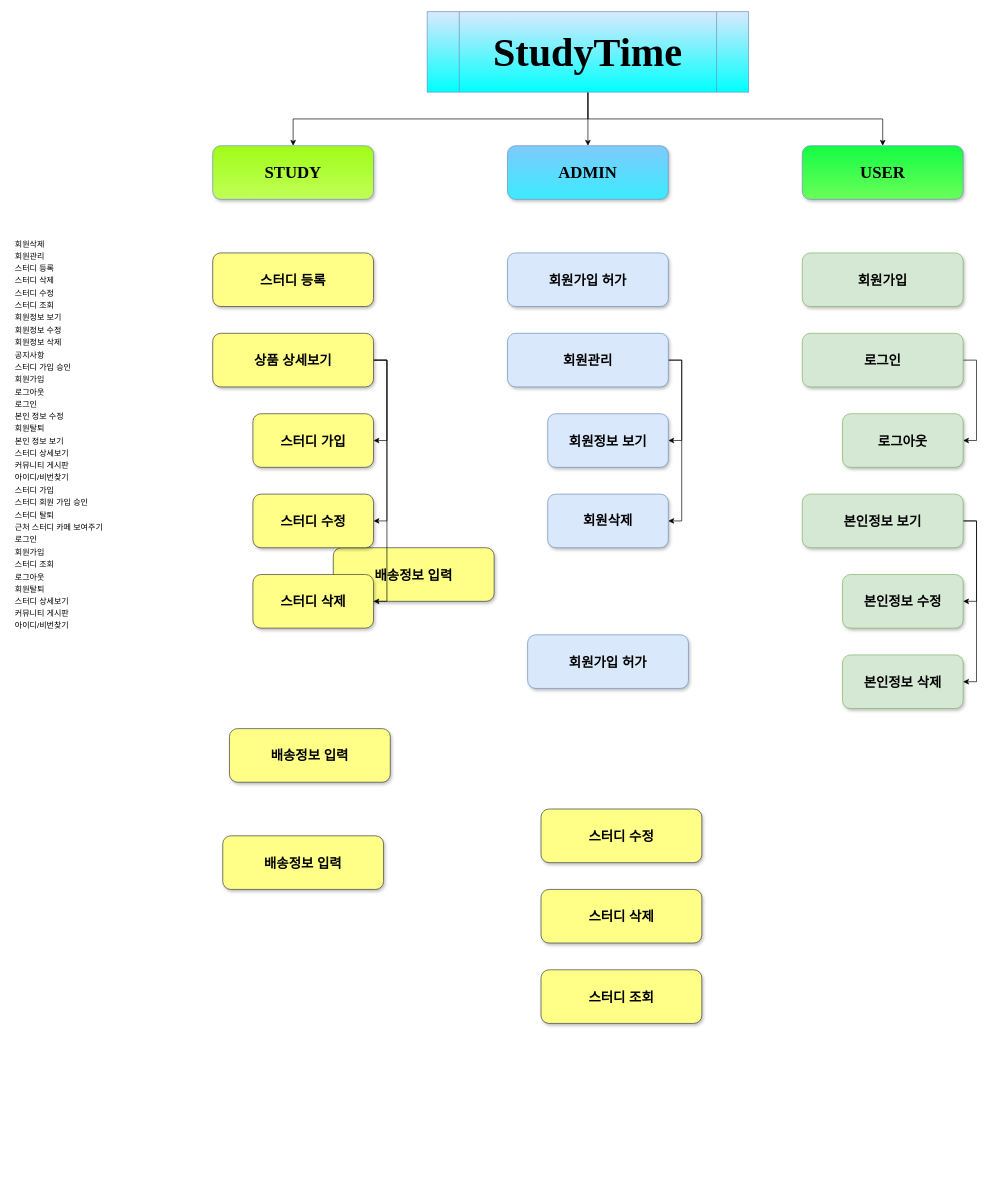
hw-ch/StudyTime keeps this draw.io diagram as StudyTime IA.drawio. Above is the earlier version. Source tidied: cells renumbered, new cells numbered last; positions are measured from the earlier drawing's top-left corner, leaving out a move shared by most shapes. Both pictures are drawn from the tidied source at 67%, with x=0, y=0 at pixel (11, 11).
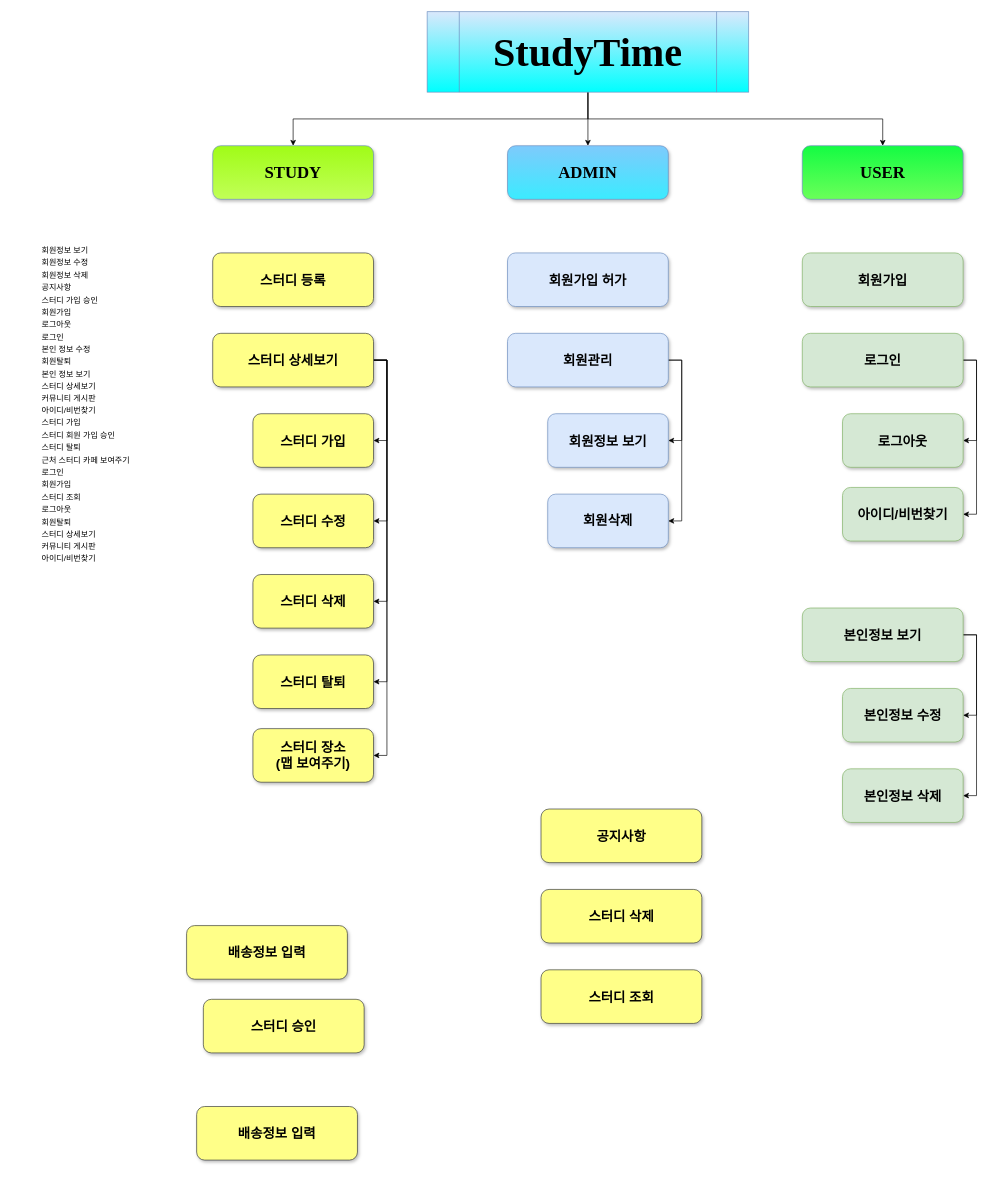
Above is the later version.

The change refers to these unchanged cells:
```xml
<mxCell id="23" value="로그인" style="whiteSpace=wrap;html=1;rounded=1;shadow=1;strokeWidth=1;fontSize=20;align=center;fillColor=#d5e8d4;strokeColor=#82b366;fontStyle=1;" parent="1" vertex="1">
  <mxGeometry x="1180" y="480" width="240" height="80" as="geometry" />
</mxCell>
```

The edit, as a diff of the source:
```diff
@@
     <mxCell id="5" value="본인정보 수정" style="whiteSpace=wrap;html=1;rounded=1;shadow=1;strokeWidth=1;fontSize=20;align=center;fillColor=#d5e8d4;strokeColor=#82b366;fontStyle=1;" parent="1" vertex="1">
-      <mxGeometry x="1240" y="840" width="180" height="80" as="geometry" />
+      <mxGeometry x="1240" y="1010" width="180" height="80" as="geometry" />
     </mxCell>
@@
     <mxCell id="17" value="본인정보 삭제" style="whiteSpace=wrap;html=1;rounded=1;shadow=1;strokeWidth=1;fontSize=20;align=center;fillColor=#d5e8d4;strokeColor=#82b366;fontStyle=1;" parent="1" vertex="1">
-      <mxGeometry x="1240" y="960" width="180" height="80" as="geometry" />
+      <mxGeometry x="1240" y="1130" width="180" height="80" as="geometry" />
     </mxCell>
     <mxCell id="18" style="edgeStyle=orthogonalEdgeStyle;rounded=0;jettySize=auto;html=1;entryX=1;entryY=0.5;entryDx=0;entryDy=0;fontFamily=Times New Roman;fontSize=20;fontStyle=1;" parent="1" edge="1" source="20" target="5">
       <mxGeometry relative="1" as="geometry">
         <Array as="points">
-          <mxPoint x="1440" y="760" />
-          <mxPoint x="1440" y="880" />
+          <mxPoint x="1440" y="930" />
+          <mxPoint x="1440" y="1050" />
         </Array>
       </mxGeometry>
     </mxCell>
     <mxCell id="19" style="edgeStyle=orthogonalEdgeStyle;rounded=0;jettySize=auto;html=1;entryX=1;entryY=0.5;entryDx=0;entryDy=0;fontFamily=Times New Roman;fontSize=20;fontStyle=1;" parent="1" edge="1" source="20" target="17">
       <mxGeometry relative="1" as="geometry">
         <Array as="points">
-          <mxPoint x="1440" y="760" />
-          <mxPoint x="1440" y="1000" />
+          <mxPoint x="1440" y="930" />
+          <mxPoint x="1440" y="1170" />
         </Array>
       </mxGeometry>
     </mxCell>
     <mxCell id="20" value="&lt;font style=&quot;font-size: 20px;&quot;&gt;본인정보 보기&lt;/font&gt;" style="whiteSpace=wrap;html=1;rounded=1;shadow=1;strokeWidth=1;fontSize=20;align=center;fillColor=#d5e8d4;strokeColor=#82b366;fontStyle=1;" parent="1" vertex="1">
-      <mxGeometry x="1180" y="720" width="240" height="80" as="geometry" />
+      <mxGeometry x="1180" y="890" width="240" height="80" as="geometry" />
     </mxCell>
-    <mxCell id="21" value="스터디&amp;nbsp;수정" style="whiteSpace=wrap;html=1;rounded=1;shadow=1;strokeWidth=1;fontSize=20;align=center;fillColor=#ffff88;strokeColor=#36393d;fillStyle=auto;fontStyle=1;" parent="1" vertex="1">
+    <mxCell id="21" value="공지사항" style="whiteSpace=wrap;html=1;rounded=1;shadow=1;strokeWidth=1;fontSize=20;align=center;fillColor=#ffff88;strokeColor=#36393d;fillStyle=auto;fontStyle=1;" parent="1" vertex="1">
       <mxGeometry x="790" y="1190" width="240" height="80" as="geometry" />
     </mxCell>
@@
+    <mxCell id="40" style="edgeStyle=orthogonalEdgeStyle;rounded=0;jettySize=auto;html=1;entryX=1;entryY=0.5;entryDx=0;entryDy=0;" parent="1" edge="1" source="23" target="43">
+      <mxGeometry relative="1" as="geometry">
+        <Array as="points">
+          <mxPoint x="1440" y="520" />
+          <mxPoint x="1440" y="750" />
+        </Array>
+      </mxGeometry>
+    </mxCell>
@@
-    <mxCell id="27" value="&lt;table class=&quot;simple-table&quot; id=&quot;70330129-6e44-4c51-83f8-1322f771b319&quot;&gt;&lt;tbody&gt;&lt;tr id=&quot;bba74d34-9c73-4337-806a-58e90687313b&quot;&gt;&lt;td style=&quot;width:165px&quot; class=&quot;&quot; id=&quot;PJ:h&quot;&gt;회원삭제&lt;/td&gt;&lt;/tr&gt;&lt;tr id=&quot;1b92093e-bc0a-4702-a881-a1eb60d62386&quot;&gt;&lt;td style=&quot;width:165px&quot; class=&quot;&quot; id=&quot;PJ:h&quot;&gt;회원관리&lt;/td&gt;&lt;/tr&gt;&lt;tr id=&quot;cf8c1f79-147a-4f0b-888c-03979f273e27&quot;&gt;&lt;td style=&quot;width:165px&quot; class=&quot;&quot; id=&quot;PJ:h&quot;&gt;스터디 등록&lt;/td&gt;&lt;/tr&gt;&lt;tr id=&quot;8e84577c-4f19-493c-bc1b-656fb29dce4b&quot;&gt;&lt;td style=&quot;width:165px&quot; class=&quot;&quot; id=&quot;PJ:h&quot;&gt;스터디 삭제&lt;/td&gt;&lt;/tr&gt;&lt;tr id=&quot;73bfd843-ea65-4578-85bd-937c9364c2a4&quot;&gt;&lt;td style=&quot;width:165px&quot; class=&quot;&quot; id=&quot;PJ:h&quot;&gt;스터디 수정&lt;/td&gt;&lt;/tr&gt;&lt;tr id=&quot;2f664c6e-b563-402f-8f13-a029d0cbb7a8&quot;&gt;&lt;td style=&quot;width:165px&quot; class=&quot;&quot; id=&quot;PJ:h&quot;&gt;스터디 조회&lt;/td&gt;&lt;/tr&gt;&lt;tr id=&quot;a5bb2cee-4cb2-49df-b867-d697b354c4fb&quot;&gt;&lt;td style=&quot;width:165px&quot; class=&quot;&quot; id=&quot;PJ:h&quot;&gt;회원정보 보기&lt;/td&gt;&lt;/tr&gt;&lt;tr id=&quot;59c49ae3-bdfa-40fe-a75c-5504ddc6a63c&quot;&gt;&lt;td style=&quot;width:165px&quot; class=&quot;&quot; id=&quot;PJ:h&quot;&gt;회원정보 수정&lt;/td&gt;&lt;/tr&gt;&lt;tr id=&quot;bcf82544-504e-4ee4-89d6-aafef6fdda2e&quot;&gt;&lt;td style=&quot;width:165px&quot; class=&quot;&quot; id=&quot;PJ:h&quot;&gt;회원정보 삭제&lt;/td&gt;&lt;/tr&gt;&lt;tr id=&quot;691de07e-b12f-4d85-98bd-3bdf0278b462&quot;&gt;&lt;td style=&quot;width:165px&quot; class=&quot;&quot; id=&quot;PJ:h&quot;&gt;공지사항&lt;/td&gt;&lt;/tr&gt;&lt;tr id=&quot;ca7454e9-a16c-4594-8650-9387da2a39c8&quot;&gt;&lt;td style=&quot;width:165px&quot; class=&quot;&quot; id=&quot;PJ:h&quot;&gt;스터디 가입 승인&lt;/td&gt;&lt;/tr&gt;&lt;tr id=&quot;f1ecc024-cafd-4f22-b8be-45403ebfc773&quot;&gt;&lt;td style=&quot;width:165px&quot; class=&quot;&quot; id=&quot;PJ:h&quot;&gt;회원가입&lt;/td&gt;&lt;/tr&gt;&lt;tr id=&quot;0ea046f9-867f-4be1-bb53-a4d45a6eef1e&quot;&gt;&lt;td style=&quot;width:165px&quot; class=&quot;&quot; id=&quot;PJ:h&quot;&gt;로그아웃&lt;/td&gt;&lt;/tr&gt;&lt;tr id=&quot;44827ed3-ab1f-40b4-8e85-0e7a85ad1f62&quot;&gt;&lt;td style=&quot;width:165px&quot; class=&quot;&quot; id=&quot;PJ:h&quot;&gt;로그인&lt;/td&gt;&lt;/tr&gt;&lt;tr id=&quot;145b54cc-aad9-487a-b57a-87464ff03ad1&quot;&gt;&lt;td style=&quot;width:165px&quot; class=&quot;&quot; id=&quot;PJ:h&quot;&gt;본인 정보 수정&lt;/td&gt;&lt;/tr&gt;&lt;tr id=&quot;a6e42212-231a-44b7-83b8-ee178a2b4ea2&quot;&gt;&lt;td style=&quot;width:165px&quot; class=&quot;&quot; id=&quot;PJ:h&quot;&gt;회원탈퇴&lt;/td&gt;&lt;/tr&gt;&lt;tr id=&quot;ed9ccbaa-5f4b-4651-b3fb-37fb6c7ad095&quot;&gt;&lt;td style=&quot;width:165px&quot; class=&quot;&quot; id=&quot;PJ:h&quot;&gt;본인 정보 보기&lt;/td&gt;&lt;/tr&gt;&lt;tr id=&quot;f2a7a2fb-ac84-4034-bfa2-c6783efaed78&quot;&gt;&lt;td style=&quot;width:165px&quot; class=&quot;&quot; id=&quot;PJ:h&quot;&gt;스터디 상세보기&lt;/td&gt;&lt;/tr&gt;&lt;tr id=&quot;160d3f0d-1435-4dbb-afd6-ba8eef9b0fca&quot;&gt;&lt;td style=&quot;width:165px&quot; class=&quot;&quot; id=&quot;PJ:h&quot;&gt;커뮤니티 게시판&lt;/td&gt;&lt;/tr&gt;&lt;tr id=&quot;1df0de09-223a-4905-943f-4e6b8b1754d8&quot;&gt;&lt;td style=&quot;width:165px&quot; class=&quot;&quot; id=&quot;PJ:h&quot;&gt;아이디/비번찾기&lt;/td&gt;&lt;/tr&gt;&lt;tr id=&quot;7b0124e7-5e82-4a19-9d27-2a35440d7188&quot;&gt;&lt;td style=&quot;width:165px&quot; class=&quot;&quot; id=&quot;PJ:h&quot;&gt;스터디 가입&lt;/td&gt;&lt;/tr&gt;&lt;tr id=&quot;c61bdf71-ca8e-4b9d-b0b6-fcc64ddfad7b&quot;&gt;&lt;td style=&quot;width:165px&quot; class=&quot;&quot; id=&quot;PJ:h&quot;&gt;스터디 회원 가입 승인&lt;/td&gt;&lt;/tr&gt;&lt;tr id=&quot;90de042b-bf78-40ce-853c-133b2907c40b&quot;&gt;&lt;td style=&quot;width:165px&quot; class=&quot;&quot; id=&quot;PJ:h&quot;&gt;스터디 탈퇴&lt;/td&gt;&lt;/tr&gt;&lt;tr id=&quot;3a95880b-6af0-4b6a-af59-acbbe1955846&quot;&gt;&lt;td style=&quot;width:165px&quot; class=&quot;&quot; id=&quot;PJ:h&quot;&gt;근처 스터디 카페 보여주기&lt;/td&gt;&lt;/tr&gt;&lt;tr id=&quot;f43a8751-c342-4821-9aff-965794a09f9a&quot;&gt;&lt;td style=&quot;width:165px&quot; class=&quot;&quot; id=&quot;PJ:h&quot;&gt;로그인&lt;/td&gt;&lt;/tr&gt;&lt;tr id=&quot;890a7675-f5a4-415e-a7a9-0538c83b60f4&quot;&gt;&lt;td style=&quot;width:165px&quot; class=&quot;&quot; id=&quot;PJ:h&quot;&gt;회원가입&lt;/td&gt;&lt;/tr&gt;&lt;tr id=&quot;3fd66ad3-7d83-4aee-a6c6-6c9642d54594&quot;&gt;&lt;td style=&quot;width:165px&quot; class=&quot;&quot; id=&quot;PJ:h&quot;&gt;스터디 조회&lt;/td&gt;&lt;/tr&gt;&lt;tr id=&quot;ca36e7ac-ea46-49e5-a4a2-00abdf2b59c3&quot;&gt;&lt;td style=&quot;width:165px&quot; class=&quot;&quot; id=&quot;PJ:h&quot;&gt;로그아웃&lt;/td&gt;&lt;/tr&gt;&lt;tr id=&quot;764fffa8-29cc-42f4-96ee-f487a32cb160&quot;&gt;&lt;td style=&quot;width:165px&quot; class=&quot;&quot; id=&quot;PJ:h&quot;&gt;회원탈퇴&lt;/td&gt;&lt;/tr&gt;&lt;tr id=&quot;1b8ade1f-aa8f-468f-b2d7-714983d51d45&quot;&gt;&lt;td style=&quot;width:165px&quot; class=&quot;&quot; id=&quot;PJ:h&quot;&gt;스터디 상세보기&lt;/td&gt;&lt;/tr&gt;&lt;tr id=&quot;a3e50cb4-09dc-4adb-aba1-50abaf3cdeae&quot;&gt;&lt;td style=&quot;width:165px&quot; class=&quot;&quot; id=&quot;PJ:h&quot;&gt;커뮤니티 게시판&lt;/td&gt;&lt;/tr&gt;&lt;tr id=&quot;be05f7f7-5030-4c15-884f-aaaad1dc91b2&quot;&gt;&lt;td style=&quot;width:165px&quot; class=&quot;&quot; id=&quot;PJ:h&quot;&gt;아이디/비번찾기&lt;/td&gt;&lt;/tr&gt;&lt;/tbody&gt;&lt;/table&gt;" style="text;whiteSpace=wrap;html=1;" parent="1" vertex="1">
-      <mxGeometry y="330" width="200" height="770" as="geometry" />
+    <mxCell id="27" value="&lt;table class=&quot;simple-table&quot; id=&quot;70330129-6e44-4c51-83f8-1322f771b319&quot;&gt;&lt;tbody&gt;&lt;tr id=&quot;a5bb2cee-4cb2-49df-b867-d697b354c4fb&quot;&gt;&lt;td style=&quot;width:165px&quot; class=&quot;&quot; id=&quot;PJ:h&quot;&gt;회원정보 보기&lt;/td&gt;&lt;/tr&gt;&lt;tr id=&quot;59c49ae3-bdfa-40fe-a75c-5504ddc6a63c&quot;&gt;&lt;td style=&quot;width:165px&quot; class=&quot;&quot; id=&quot;PJ:h&quot;&gt;회원정보 수정&lt;/td&gt;&lt;/tr&gt;&lt;tr id=&quot;bcf82544-504e-4ee4-89d6-aafef6fdda2e&quot;&gt;&lt;td style=&quot;width:165px&quot; class=&quot;&quot; id=&quot;PJ:h&quot;&gt;회원정보 삭제&lt;/td&gt;&lt;/tr&gt;&lt;tr id=&quot;691de07e-b12f-4d85-98bd-3bdf0278b462&quot;&gt;&lt;td style=&quot;width:165px&quot; class=&quot;&quot; id=&quot;PJ:h&quot;&gt;공지사항&lt;/td&gt;&lt;/tr&gt;&lt;tr id=&quot;ca7454e9-a16c-4594-8650-9387da2a39c8&quot;&gt;&lt;td style=&quot;width:165px&quot; class=&quot;&quot; id=&quot;PJ:h&quot;&gt;스터디 가입 승인&lt;/td&gt;&lt;/tr&gt;&lt;tr id=&quot;f1ecc024-cafd-4f22-b8be-45403ebfc773&quot;&gt;&lt;td style=&quot;width:165px&quot; class=&quot;&quot; id=&quot;PJ:h&quot;&gt;회원가입&lt;/td&gt;&lt;/tr&gt;&lt;tr id=&quot;0ea046f9-867f-4be1-bb53-a4d45a6eef1e&quot;&gt;&lt;td style=&quot;width:165px&quot; class=&quot;&quot; id=&quot;PJ:h&quot;&gt;로그아웃&lt;/td&gt;&lt;/tr&gt;&lt;tr id=&quot;44827ed3-ab1f-40b4-8e85-0e7a85ad1f62&quot;&gt;&lt;td style=&quot;width:165px&quot; class=&quot;&quot; id=&quot;PJ:h&quot;&gt;로그인&lt;/td&gt;&lt;/tr&gt;&lt;tr id=&quot;145b54cc-aad9-487a-b57a-87464ff03ad1&quot;&gt;&lt;td style=&quot;width:165px&quot; class=&quot;&quot; id=&quot;PJ:h&quot;&gt;본인 정보 수정&lt;/td&gt;&lt;/tr&gt;&lt;tr id=&quot;a6e42212-231a-44b7-83b8-ee178a2b4ea2&quot;&gt;&lt;td style=&quot;width:165px&quot; class=&quot;&quot; id=&quot;PJ:h&quot;&gt;회원탈퇴&lt;/td&gt;&lt;/tr&gt;&lt;tr id=&quot;ed9ccbaa-5f4b-4651-b3fb-37fb6c7ad095&quot;&gt;&lt;td style=&quot;width:165px&quot; class=&quot;&quot; id=&quot;PJ:h&quot;&gt;본인 정보 보기&lt;/td&gt;&lt;/tr&gt;&lt;tr id=&quot;f2a7a2fb-ac84-4034-bfa2-c6783efaed78&quot;&gt;&lt;td style=&quot;width:165px&quot; class=&quot;&quot; id=&quot;PJ:h&quot;&gt;스터디 상세보기&lt;/td&gt;&lt;/tr&gt;&lt;tr id=&quot;160d3f0d-1435-4dbb-afd6-ba8eef9b0fca&quot;&gt;&lt;td style=&quot;width:165px&quot; class=&quot;&quot; id=&quot;PJ:h&quot;&gt;커뮤니티 게시판&lt;/td&gt;&lt;/tr&gt;&lt;tr id=&quot;1df0de09-223a-4905-943f-4e6b8b1754d8&quot;&gt;&lt;td style=&quot;width:165px&quot; class=&quot;&quot; id=&quot;PJ:h&quot;&gt;아이디/비번찾기&lt;/td&gt;&lt;/tr&gt;&lt;tr id=&quot;7b0124e7-5e82-4a19-9d27-2a35440d7188&quot;&gt;&lt;td style=&quot;width:165px&quot; class=&quot;&quot; id=&quot;PJ:h&quot;&gt;스터디 가입&lt;/td&gt;&lt;/tr&gt;&lt;tr id=&quot;c61bdf71-ca8e-4b9d-b0b6-fcc64ddfad7b&quot;&gt;&lt;td style=&quot;width:165px&quot; class=&quot;&quot; id=&quot;PJ:h&quot;&gt;스터디 회원 가입 승인&lt;/td&gt;&lt;/tr&gt;&lt;tr id=&quot;90de042b-bf78-40ce-853c-133b2907c40b&quot;&gt;&lt;td style=&quot;width:165px&quot; class=&quot;&quot; id=&quot;PJ:h&quot;&gt;스터디 탈퇴&lt;/td&gt;&lt;/tr&gt;&lt;tr id=&quot;3a95880b-6af0-4b6a-af59-acbbe1955846&quot;&gt;&lt;td style=&quot;width:165px&quot; class=&quot;&quot; id=&quot;PJ:h&quot;&gt;근처 스터디 카페 보여주기&lt;/td&gt;&lt;/tr&gt;&lt;tr id=&quot;f43a8751-c342-4821-9aff-965794a09f9a&quot;&gt;&lt;td style=&quot;width:165px&quot; class=&quot;&quot; id=&quot;PJ:h&quot;&gt;로그인&lt;/td&gt;&lt;/tr&gt;&lt;tr id=&quot;890a7675-f5a4-415e-a7a9-0538c83b60f4&quot;&gt;&lt;td style=&quot;width:165px&quot; class=&quot;&quot; id=&quot;PJ:h&quot;&gt;회원가입&lt;/td&gt;&lt;/tr&gt;&lt;tr id=&quot;3fd66ad3-7d83-4aee-a6c6-6c9642d54594&quot;&gt;&lt;td style=&quot;width:165px&quot; class=&quot;&quot; id=&quot;PJ:h&quot;&gt;스터디 조회&lt;/td&gt;&lt;/tr&gt;&lt;tr id=&quot;ca36e7ac-ea46-49e5-a4a2-00abdf2b59c3&quot;&gt;&lt;td style=&quot;width:165px&quot; class=&quot;&quot; id=&quot;PJ:h&quot;&gt;로그아웃&lt;/td&gt;&lt;/tr&gt;&lt;tr id=&quot;764fffa8-29cc-42f4-96ee-f487a32cb160&quot;&gt;&lt;td style=&quot;width:165px&quot; class=&quot;&quot; id=&quot;PJ:h&quot;&gt;회원탈퇴&lt;/td&gt;&lt;/tr&gt;&lt;tr id=&quot;1b8ade1f-aa8f-468f-b2d7-714983d51d45&quot;&gt;&lt;td style=&quot;width:165px&quot; class=&quot;&quot; id=&quot;PJ:h&quot;&gt;스터디 상세보기&lt;/td&gt;&lt;/tr&gt;&lt;tr id=&quot;a3e50cb4-09dc-4adb-aba1-50abaf3cdeae&quot;&gt;&lt;td style=&quot;width:165px&quot; class=&quot;&quot; id=&quot;PJ:h&quot;&gt;커뮤니티 게시판&lt;/td&gt;&lt;/tr&gt;&lt;tr id=&quot;be05f7f7-5030-4c15-884f-aaaad1dc91b2&quot;&gt;&lt;td style=&quot;width:165px&quot; class=&quot;&quot; id=&quot;PJ:h&quot;&gt;아이디/비번찾기&lt;/td&gt;&lt;/tr&gt;&lt;/tbody&gt;&lt;/table&gt;" style="text;whiteSpace=wrap;html=1;" parent="1" vertex="1">
+      <mxGeometry x="40" y="340" width="220" height="780" as="geometry" />
     </mxCell>
-    <mxCell id="28" value="회원가입 허가" style="whiteSpace=wrap;html=1;rounded=1;shadow=1;strokeWidth=1;fontSize=20;align=center;fillColor=#dae8fc;strokeColor=#6c8ebf;fontStyle=1;" parent="1" vertex="1">
-      <mxGeometry x="770" y="930" width="240" height="80" as="geometry" />
-    </mxCell>
@@
     <mxCell id="30" value="배송정보 입력" style="whiteSpace=wrap;html=1;rounded=1;shadow=1;strokeWidth=1;fontSize=20;align=center;fillColor=#ffff88;strokeColor=#36393d;fillStyle=auto;fontStyle=1;" parent="1" vertex="1">
-      <mxGeometry x="480" y="800" width="240" height="80" as="geometry" />
+      <mxGeometry x="261" y="1364" width="240" height="80" as="geometry" />
     </mxCell>
-    <mxCell id="31" value="배송정보 입력" style="whiteSpace=wrap;html=1;rounded=1;shadow=1;strokeWidth=1;fontSize=20;align=center;fillColor=#ffff88;strokeColor=#36393d;fillStyle=auto;fontStyle=1;" parent="1" vertex="1">
-      <mxGeometry x="325" y="1070" width="240" height="80" as="geometry" />
+    <mxCell id="31" value="스터디 승인" style="whiteSpace=wrap;html=1;rounded=1;shadow=1;strokeWidth=1;fontSize=20;align=center;fillColor=#ffff88;strokeColor=#36393d;fillStyle=auto;fontStyle=1;" parent="1" vertex="1">
+      <mxGeometry x="286" y="1474" width="240" height="80" as="geometry" />
     </mxCell>
     <mxCell id="32" value="배송정보 입력" style="whiteSpace=wrap;html=1;rounded=1;shadow=1;strokeWidth=1;fontSize=20;align=center;fillColor=#ffff88;strokeColor=#36393d;fillStyle=auto;fontStyle=1;" parent="1" vertex="1">
-      <mxGeometry x="315" y="1230" width="240" height="80" as="geometry" />
+      <mxGeometry x="276" y="1634" width="240" height="80" as="geometry" />
     </mxCell>
@@
+    <mxCell id="41" style="edgeStyle=orthogonalEdgeStyle;rounded=0;jettySize=auto;html=1;entryX=1;entryY=0.5;entryDx=0;entryDy=0;" parent="1" edge="1" source="39" target="44">
+      <mxGeometry relative="1" as="geometry">
+        <Array as="points">
+          <mxPoint x="560" y="520" />
+          <mxPoint x="560" y="1000" />
+        </Array>
+      </mxGeometry>
+    </mxCell>
+    <mxCell id="42" style="edgeStyle=orthogonalEdgeStyle;rounded=0;jettySize=auto;html=1;entryX=1;entryY=0.5;entryDx=0;entryDy=0;" parent="1" edge="1" source="39" target="45">
+      <mxGeometry relative="1" as="geometry">
+        <Array as="points">
+          <mxPoint x="560" y="520" />
+          <mxPoint x="560" y="1110" />
+        </Array>
+      </mxGeometry>
+    </mxCell>
-    <mxCell id="39" value="&lt;font style=&quot;font-size: 20px;&quot;&gt;상품 상세보기&lt;/font&gt;" style="whiteSpace=wrap;html=1;rounded=1;shadow=1;strokeWidth=1;fontSize=20;align=center;fillColor=#ffff88;strokeColor=#36393d;fillStyle=auto;fontStyle=1;" parent="1" vertex="1">
+    <mxCell id="39" value="&lt;font style=&quot;font-size: 20px;&quot;&gt;스터디 상세보기&lt;/font&gt;" style="whiteSpace=wrap;html=1;rounded=1;shadow=1;strokeWidth=1;fontSize=20;align=center;fillColor=#ffff88;strokeColor=#36393d;fillStyle=auto;fontStyle=1;" parent="1" vertex="1">
       <mxGeometry x="300" y="480" width="240" height="80" as="geometry" />
     </mxCell>
+    <mxCell id="43" value="아이디/비번찾기" style="whiteSpace=wrap;html=1;rounded=1;shadow=1;strokeWidth=1;fontSize=20;align=center;fillColor=#d5e8d4;strokeColor=#82b366;fontStyle=1;" parent="1" vertex="1">
+      <mxGeometry x="1240" y="710" width="180" height="80" as="geometry" />
+    </mxCell>
+    <mxCell id="44" value="스터디 탈퇴" style="whiteSpace=wrap;html=1;rounded=1;shadow=1;strokeWidth=1;fontSize=20;align=center;fillColor=#ffff88;strokeColor=#36393d;fillStyle=auto;fontStyle=1;" parent="1" vertex="1">
+      <mxGeometry x="360" y="960" width="180" height="80" as="geometry" />
+    </mxCell>
+    <mxCell id="45" value="스터디 장소&lt;br&gt;(맵 보여주기)" style="whiteSpace=wrap;html=1;rounded=1;shadow=1;strokeWidth=1;fontSize=20;align=center;fillColor=#ffff88;strokeColor=#36393d;fillStyle=auto;fontStyle=1;" parent="1" vertex="1">
+      <mxGeometry x="360" y="1070" width="180" height="80" as="geometry" />
+    </mxCell>
```
